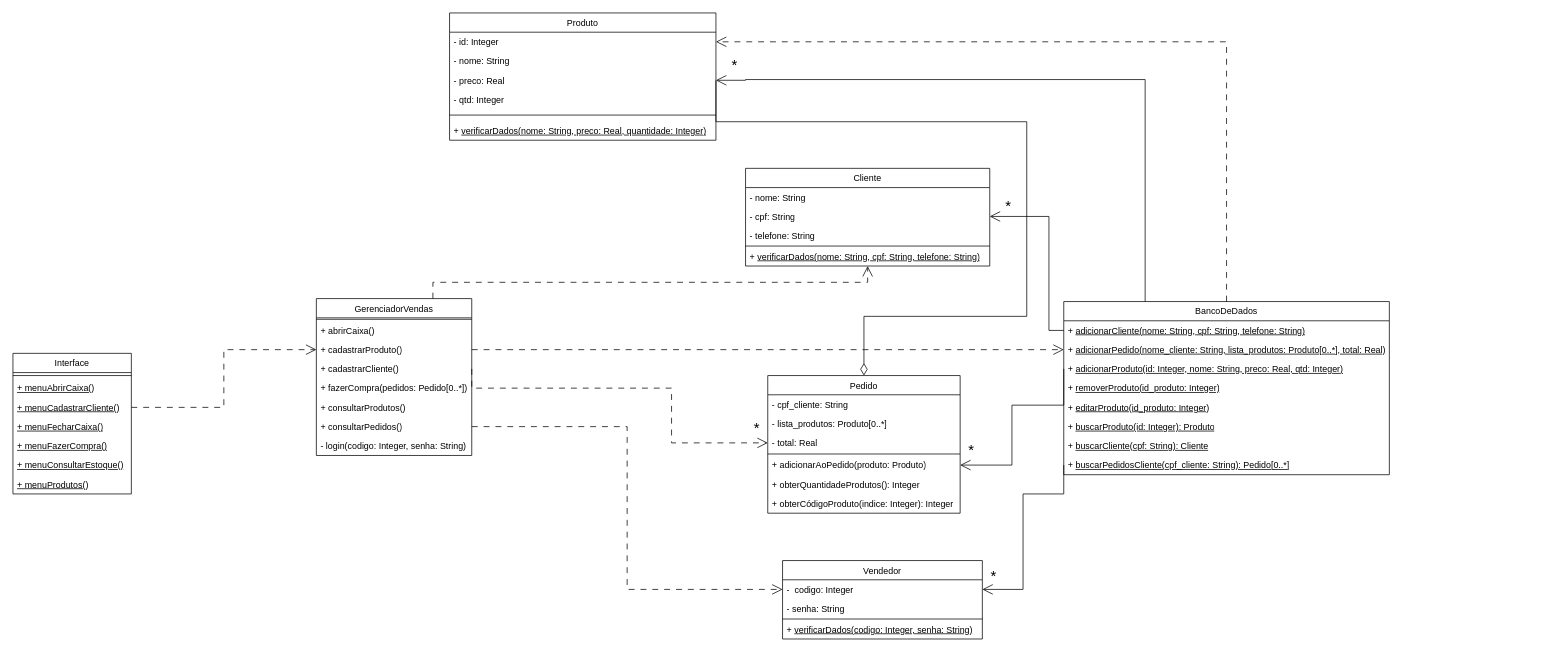
This is CASOS_DE_USO/diagrama_de_classes.drawio from guifrazao/PROJETO_ESW1, a draw.io file, before an edit. Source tidied: cells renumbered, new cells numbered last; positions are measured from the earlier drawing's top-left corner, leaving out a move shared by most shapes. Both pictures are drawn from the tidied source at 74%, with x=0, y=0 at pixel (13, 13).
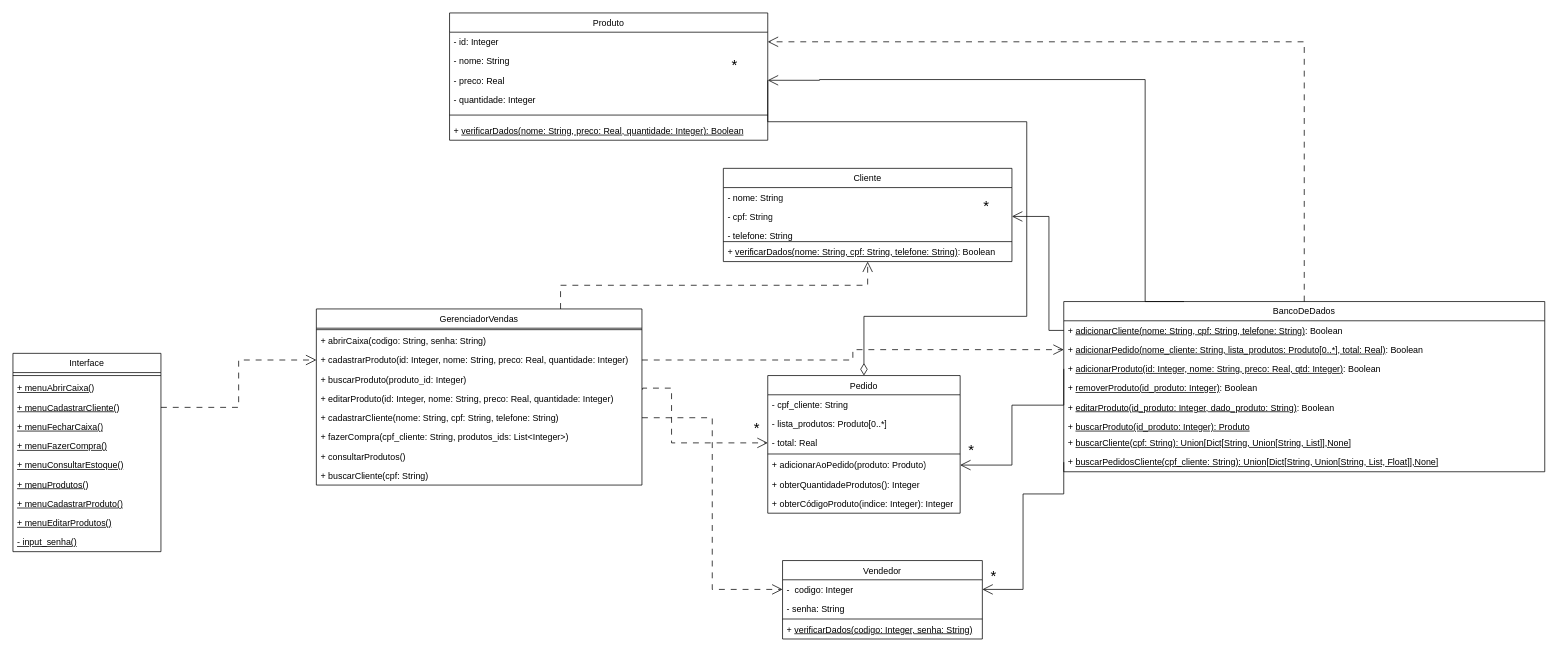
The same diagram, later.

The change refers to these unchanged cells:
```xml
<mxCell id="30" value="- total: Real" style="text;strokeColor=none;fillColor=none;align=left;verticalAlign=top;spacingLeft=4;spacingRight=4;overflow=hidden;points=[[0,0.5],[1,0.5]];portConstraint=eastwest;whiteSpace=wrap;html=1;" parent="27" vertex="1">
  <mxGeometry y="78" width="260" height="26" as="geometry" />
</mxCell>
```

What changed in the source:
```diff
@@
     <mxCell id="2" value="&lt;span style=&quot;font-weight: normal;&quot;&gt;Produto&lt;/span&gt;" style="swimlane;fontStyle=1;align=center;verticalAlign=top;horizontal=1;startSize=26;whiteSpace=wrap;html=1;" parent="1" vertex="1">
-      <mxGeometry x="590" width="360" height="172" as="geometry" />
+      <mxGeometry x="590" width="430" height="172" as="geometry" />
     </mxCell>
     <mxCell id="3" value="- id: Integer" style="text;strokeColor=none;fillColor=none;align=left;verticalAlign=top;spacingLeft=4;spacingRight=4;overflow=hidden;points=[[0,0.5],[1,0.5]];portConstraint=eastwest;whiteSpace=wrap;html=1;" parent="2" vertex="1">
-      <mxGeometry y="26" width="360" height="26" as="geometry" />
+      <mxGeometry y="26" width="430" height="26" as="geometry" />
     </mxCell>
     <mxCell id="4" value="- nome: String" style="text;strokeColor=none;fillColor=none;align=left;verticalAlign=top;spacingLeft=4;spacingRight=4;overflow=hidden;whiteSpace=wrap;html=1;" parent="2" vertex="1">
-      <mxGeometry y="52" width="360" height="26" as="geometry" />
+      <mxGeometry y="52" width="430" height="26" as="geometry" />
     </mxCell>
     <mxCell id="5" value="- preco: Real" style="text;strokeColor=none;fillColor=none;align=left;verticalAlign=top;spacingLeft=4;spacingRight=4;overflow=hidden;points=[[0,0.5],[1,0.5]];portConstraint=eastwest;whiteSpace=wrap;html=1;" parent="2" vertex="1">
-      <mxGeometry y="78" width="360" height="26" as="geometry" />
+      <mxGeometry y="78" width="430" height="26" as="geometry" />
     </mxCell>
-    <mxCell id="6" value="- qtd: Integer" style="text;strokeColor=none;fillColor=none;align=left;verticalAlign=top;spacingLeft=4;spacingRight=4;overflow=hidden;whiteSpace=wrap;html=1;" parent="2" vertex="1">
-      <mxGeometry y="104" width="360" height="26" as="geometry" />
+    <mxCell id="6" value="- quantidade: Integer" style="text;strokeColor=none;fillColor=none;align=left;verticalAlign=top;spacingLeft=4;spacingRight=4;overflow=hidden;whiteSpace=wrap;html=1;" parent="2" vertex="1">
+      <mxGeometry y="104" width="430" height="26" as="geometry" />
     </mxCell>
     <mxCell id="7" style="line;strokeWidth=1;fillColor=none;align=left;verticalAlign=middle;spacingTop=-1;spacingLeft=3;spacingRight=3;labelPosition=right;strokeColor=inherit;" parent="2" vertex="1">
-      <mxGeometry y="130" width="360" height="16" as="geometry" />
+      <mxGeometry y="130" width="430" height="16" as="geometry" />
     </mxCell>
-    <mxCell id="8" value="+ &lt;u&gt;verificarDados(nome: String, preco: Real, quantidade: Integer)&lt;/u&gt;" style="text;strokeColor=none;fillColor=none;align=left;verticalAlign=top;spacingLeft=4;spacingRight=4;overflow=hidden;whiteSpace=wrap;html=1;" parent="2" vertex="1">
-      <mxGeometry y="146" width="360" height="26" as="geometry" />
+    <mxCell id="8" value="+ &lt;u&gt;verificarDados(nome: String, preco: Real, quantidade: Integer): Boolean&lt;br&gt;&lt;/u&gt;" style="text;strokeColor=none;fillColor=none;align=left;verticalAlign=top;spacingLeft=4;spacingRight=4;overflow=hidden;whiteSpace=wrap;html=1;" parent="2" vertex="1">
+      <mxGeometry y="146" width="430" height="26" as="geometry" />
     </mxCell>
     <mxCell id="9" value="BancoDeDados" style="swimlane;fontStyle=0;horizontal=1;startSize=26;fillColor=none;whiteSpace=wrap;html=1;" parent="1" vertex="1">
-      <mxGeometry x="1420" y="390" width="440" height="234" as="geometry" />
+      <mxGeometry x="1420" y="390" width="650" height="230" as="geometry" />
     </mxCell>
-    <mxCell id="10" value="+ &lt;u&gt;adicionarCliente(nome: String, cpf: String, telefone: String)&lt;/u&gt;" style="text;strokeColor=none;fillColor=none;align=left;verticalAlign=top;spacingLeft=4;spacingRight=4;overflow=hidden;points=[[0,0.5],[1,0.5]];portConstraint=eastwest;whiteSpace=wrap;html=1;" parent="9" vertex="1">
-      <mxGeometry y="26" width="440" height="26" as="geometry" />
+    <mxCell id="10" value="+ &lt;u&gt;adicionarCliente(nome: String, cpf: String, telefone: String)&lt;/u&gt;: Boolean" style="text;strokeColor=none;fillColor=none;align=left;verticalAlign=top;spacingLeft=4;spacingRight=4;overflow=hidden;points=[[0,0.5],[1,0.5]];portConstraint=eastwest;whiteSpace=wrap;html=1;" parent="9" vertex="1">
+      <mxGeometry y="26" width="650" height="26" as="geometry" />
     </mxCell>
-    <mxCell id="11" value="+ &lt;u&gt;adicionarPedido(nome_cliente: String, lista_produtos: Produto[0..*], total: Real)&lt;/u&gt;" style="text;strokeColor=none;fillColor=none;align=left;verticalAlign=top;spacingLeft=4;spacingRight=4;overflow=hidden;points=[[0,0.5],[1,0.5]];portConstraint=eastwest;whiteSpace=wrap;html=1;" parent="9" vertex="1">
-      <mxGeometry y="52" width="440" height="26" as="geometry" />
+    <mxCell id="11" value="+ &lt;u&gt;adicionarPedido(nome_cliente: String, lista_produtos: Produto[0..*], total: Real)&lt;/u&gt;: Boolean" style="text;strokeColor=none;fillColor=none;align=left;verticalAlign=top;spacingLeft=4;spacingRight=4;overflow=hidden;points=[[0,0.5],[1,0.5]];portConstraint=eastwest;whiteSpace=wrap;html=1;" parent="9" vertex="1">
+      <mxGeometry y="52" width="650" height="26" as="geometry" />
     </mxCell>
-    <mxCell id="12" value="+ &lt;u&gt;adicionarProduto(id: Integer, nome: String, preco: Real, qtd: Integer)&lt;/u&gt;" style="text;strokeColor=none;fillColor=none;align=left;verticalAlign=top;spacingLeft=4;spacingRight=4;overflow=hidden;points=[[0,0.5],[1,0.5]];portConstraint=eastwest;whiteSpace=wrap;html=1;" parent="9" vertex="1">
-      <mxGeometry y="78" width="440" height="26" as="geometry" />
+    <mxCell id="12" value="+ &lt;u&gt;adicionarProduto(id: Integer, nome: String, preco: Real, qtd: Integer)&lt;/u&gt;: Boolean" style="text;strokeColor=none;fillColor=none;align=left;verticalAlign=top;spacingLeft=4;spacingRight=4;overflow=hidden;points=[[0,0.5],[1,0.5]];portConstraint=eastwest;whiteSpace=wrap;html=1;" parent="9" vertex="1">
+      <mxGeometry y="78" width="650" height="26" as="geometry" />
     </mxCell>
-    <mxCell id="13" value="+ &lt;u&gt;removerProduto(id_produto: Integer)&lt;/u&gt;" style="text;strokeColor=none;fillColor=none;align=left;verticalAlign=top;spacingLeft=4;spacingRight=4;overflow=hidden;whiteSpace=wrap;html=1;" parent="9" vertex="1">
-      <mxGeometry y="104" width="440" height="26" as="geometry" />
+    <mxCell id="13" value="+ &lt;u&gt;removerProduto(id_produto: Integer)&lt;/u&gt;: Boolean" style="text;strokeColor=none;fillColor=none;align=left;verticalAlign=top;spacingLeft=4;spacingRight=4;overflow=hidden;whiteSpace=wrap;html=1;" parent="9" vertex="1">
+      <mxGeometry y="104" width="650" height="26" as="geometry" />
     </mxCell>
-    <mxCell id="14" value="+ &lt;u&gt;editarProduto(id_produto: Integer)&lt;/u&gt;" style="text;strokeColor=none;fillColor=none;align=left;verticalAlign=top;spacingLeft=4;spacingRight=4;overflow=hidden;whiteSpace=wrap;html=1;" parent="9" vertex="1">
-      <mxGeometry y="130" width="440" height="26" as="geometry" />
+    <mxCell id="14" value="+ &lt;u&gt;editarProduto(id_produto: Integer, dado_produto: String)&lt;/u&gt;: Boolean" style="text;strokeColor=none;fillColor=none;align=left;verticalAlign=top;spacingLeft=4;spacingRight=4;overflow=hidden;whiteSpace=wrap;html=1;" parent="9" vertex="1">
+      <mxGeometry y="130" width="650" height="26" as="geometry" />
     </mxCell>
-    <mxCell id="15" value="+ &lt;u&gt;buscarProduto(id: Integer): Produto&lt;/u&gt;" style="text;strokeColor=none;fillColor=none;align=left;verticalAlign=top;spacingLeft=4;spacingRight=4;overflow=hidden;whiteSpace=wrap;html=1;" parent="9" vertex="1">
-      <mxGeometry y="156" width="440" height="26" as="geometry" />
+    <mxCell id="15" value="+ &lt;u&gt;buscarProduto(id_produto: Integer): Produto&lt;/u&gt;" style="text;strokeColor=none;fillColor=none;align=left;verticalAlign=top;spacingLeft=4;spacingRight=4;overflow=hidden;whiteSpace=wrap;html=1;" parent="9" vertex="1">
+      <mxGeometry y="156" width="650" height="22" as="geometry" />
     </mxCell>
-    <mxCell id="16" value="+ &lt;u&gt;buscarCliente(cpf: String): Cliente&lt;/u&gt;" style="text;strokeColor=none;fillColor=none;align=left;verticalAlign=top;spacingLeft=4;spacingRight=4;overflow=hidden;whiteSpace=wrap;html=1;" parent="9" vertex="1">
-      <mxGeometry y="182" width="440" height="26" as="geometry" />
+    <mxCell id="16" value="+ &lt;u&gt;buscarCliente(cpf: String): Union[Dict[String, Union[String, List]],None]&lt;/u&gt;" style="text;strokeColor=none;fillColor=none;align=left;verticalAlign=top;spacingLeft=4;spacingRight=4;overflow=hidden;whiteSpace=wrap;html=1;" parent="9" vertex="1">
+      <mxGeometry y="178" width="650" height="26" as="geometry" />
     </mxCell>
-    <mxCell id="17" value="+ &lt;u&gt;buscarPedidosCliente(cpf_cliente: String): Pedido[0..*]&lt;/u&gt;" style="text;strokeColor=none;fillColor=none;align=left;verticalAlign=top;spacingLeft=4;spacingRight=4;overflow=hidden;points=[[0,0.5],[1,0.5]];portConstraint=eastwest;whiteSpace=wrap;html=1;" parent="9" vertex="1">
-      <mxGeometry y="208" width="440" height="26" as="geometry" />
+    <mxCell id="17" value="+ &lt;u&gt;buscarPedidosCliente(cpf_cliente: String): &lt;/u&gt;&lt;u&gt;Union[Dict[String, Union[String, List, Float]],None]&lt;/u&gt;" style="text;strokeColor=none;fillColor=none;align=left;verticalAlign=top;spacingLeft=4;spacingRight=4;overflow=hidden;points=[[0,0.5],[1,0.5]];portConstraint=eastwest;whiteSpace=wrap;html=1;" parent="9" vertex="1">
+      <mxGeometry y="204" width="650" height="26" as="geometry" />
     </mxCell>
     <mxCell id="18" value="&lt;span style=&quot;font-weight: normal;&quot;&gt;GerenciadorVendas&lt;/span&gt;" style="swimlane;fontStyle=1;align=center;verticalAlign=top;horizontal=1;startSize=26;whiteSpace=wrap;html=1;" parent="1" vertex="1">
-      <mxGeometry x="410" y="386" width="210" height="212" as="geometry" />
+      <mxGeometry x="410" y="400" width="440" height="238" as="geometry" />
     </mxCell>
     <mxCell id="19" style="line;strokeWidth=1;fillColor=none;align=left;verticalAlign=middle;spacingTop=-1;spacingLeft=3;spacingRight=3;labelPosition=right;strokeColor=inherit;" parent="18" vertex="1">
-      <mxGeometry y="26" width="210" height="4" as="geometry" />
+      <mxGeometry y="26" width="440" height="4" as="geometry" />
     </mxCell>
-    <mxCell id="20" value="+ abrirCaixa()" style="text;strokeColor=none;fillColor=none;align=left;verticalAlign=top;spacingLeft=4;spacingRight=4;overflow=hidden;whiteSpace=wrap;html=1;" parent="18" vertex="1">
-      <mxGeometry y="30" width="210" height="26" as="geometry" />
+    <mxCell id="20" value="+ abrirCaixa(codigo: String, senha: String)" style="text;strokeColor=none;fillColor=none;align=left;verticalAlign=top;spacingLeft=4;spacingRight=4;overflow=hidden;whiteSpace=wrap;html=1;" parent="18" vertex="1">
+      <mxGeometry y="30" width="440" height="26" as="geometry" />
     </mxCell>
-    <mxCell id="21" value="+ cadastrarProduto()" style="text;strokeColor=none;fillColor=none;align=left;verticalAlign=top;spacingLeft=4;spacingRight=4;overflow=hidden;points=[[0,0.5],[1,0.5]];portConstraint=eastwest;whiteSpace=wrap;html=1;" parent="18" vertex="1">
-      <mxGeometry y="56" width="210" height="26" as="geometry" />
+    <mxCell id="21" value="+ cadastrarProduto(id: Integer, nome: String, preco: Real, quantidade: Integer)" style="text;strokeColor=none;fillColor=none;align=left;verticalAlign=top;spacingLeft=4;spacingRight=4;overflow=hidden;points=[[0,0.5],[1,0.5]];portConstraint=eastwest;whiteSpace=wrap;html=1;" parent="18" vertex="1">
+      <mxGeometry y="56" width="440" height="26" as="geometry" />
     </mxCell>
-    <mxCell id="22" value="+ cadastrarCliente()" style="text;strokeColor=none;fillColor=none;align=left;verticalAlign=top;spacingLeft=4;spacingRight=4;overflow=hidden;points=[[0,0.5],[1,0.5]];portConstraint=eastwest;whiteSpace=wrap;html=1;" parent="18" vertex="1">
-      <mxGeometry y="82" width="210" height="26" as="geometry" />
-    </mxCell>
+    <mxCell id="70" value="+ buscarProduto(produto_id: Integer)" style="text;strokeColor=none;fillColor=none;align=left;verticalAlign=top;spacingLeft=4;spacingRight=4;overflow=hidden;whiteSpace=wrap;html=1;" parent="18" vertex="1">
+      <mxGeometry y="82" width="440" height="26" as="geometry" />
+    </mxCell>
+    <mxCell id="71" value="+ editarProduto(id: Integer, nome: String, preco: Real, quantidade: Integer)" style="text;strokeColor=none;fillColor=none;align=left;verticalAlign=top;spacingLeft=4;spacingRight=4;overflow=hidden;points=[[0,0.5],[1,0.5]];portConstraint=eastwest;whiteSpace=wrap;html=1;" parent="18" vertex="1">
+      <mxGeometry y="108" width="440" height="26" as="geometry" />
+    </mxCell>
+    <mxCell id="25" value="+ cadastrarCliente(nome: String, cpf: String, telefone: String)" style="text;strokeColor=none;fillColor=none;align=left;verticalAlign=top;spacingLeft=4;spacingRight=4;overflow=hidden;points=[[0,0.5],[1,0.5]];portConstraint=eastwest;whiteSpace=wrap;html=1;" parent="18" vertex="1">
+      <mxGeometry y="134" width="440" height="26" as="geometry" />
+    </mxCell>
-    <mxCell id="23" value="+ fazerCompra(pedidos: Pedido[0..*])" style="text;strokeColor=none;fillColor=none;align=left;verticalAlign=top;spacingLeft=4;spacingRight=4;overflow=hidden;whiteSpace=wrap;html=1;" parent="18" vertex="1">
-      <mxGeometry y="108" width="210" height="26" as="geometry" />
+    <mxCell id="23" value="+ fazerCompra(cpf_cliente: String, produtos_ids: List&amp;lt;Integer&amp;gt;)" style="text;strokeColor=none;fillColor=none;align=left;verticalAlign=top;spacingLeft=4;spacingRight=4;overflow=hidden;whiteSpace=wrap;html=1;" parent="18" vertex="1">
+      <mxGeometry y="160" width="440" height="26" as="geometry" />
     </mxCell>
     <mxCell id="24" value="+ consultarProdutos()" style="text;strokeColor=none;fillColor=none;align=left;verticalAlign=top;spacingLeft=4;spacingRight=4;overflow=hidden;whiteSpace=wrap;html=1;" parent="18" vertex="1">
-      <mxGeometry y="134" width="210" height="26" as="geometry" />
+      <mxGeometry y="186" width="440" height="26" as="geometry" />
     </mxCell>
-    <mxCell id="25" value="+ consultarPedidos()" style="text;strokeColor=none;fillColor=none;align=left;verticalAlign=top;spacingLeft=4;spacingRight=4;overflow=hidden;points=[[0,0.5],[1,0.5]];portConstraint=eastwest;whiteSpace=wrap;html=1;" parent="18" vertex="1">
-      <mxGeometry y="160" width="210" height="26" as="geometry" />
-    </mxCell>
-    <mxCell id="26" value="- login(codigo: Integer, senha: String)" style="text;strokeColor=none;fillColor=none;align=left;verticalAlign=top;spacingLeft=4;spacingRight=4;overflow=hidden;whiteSpace=wrap;html=1;" parent="18" vertex="1">
-      <mxGeometry y="186" width="210" height="26" as="geometry" />
-    </mxCell>
+    <mxCell id="72" value="&lt;div&gt;+ buscarCliente(cpf: String)&lt;/div&gt;&lt;div&gt;&lt;br&gt;&lt;/div&gt;" style="text;strokeColor=none;fillColor=none;align=left;verticalAlign=top;spacingLeft=4;spacingRight=4;overflow=hidden;whiteSpace=wrap;html=1;" parent="18" vertex="1">
+      <mxGeometry y="212" width="440" height="26" as="geometry" />
+    </mxCell>
@@
     <mxCell id="41" value="&lt;span style=&quot;font-weight: normal;&quot;&gt;Interface&lt;/span&gt;" style="swimlane;fontStyle=1;align=center;verticalAlign=top;horizontal=1;startSize=26;whiteSpace=wrap;html=1;" parent="1" vertex="1">
-      <mxGeometry y="460" width="160" height="190" as="geometry" />
+      <mxGeometry y="460" width="200" height="268" as="geometry" />
     </mxCell>
     <mxCell id="42" style="line;strokeWidth=1;fillColor=none;align=left;verticalAlign=middle;spacingTop=-1;spacingLeft=3;spacingRight=3;labelPosition=right;strokeColor=inherit;" parent="41" vertex="1">
-      <mxGeometry y="26" width="160" height="8" as="geometry" />
+      <mxGeometry y="26" width="200" height="8" as="geometry" />
     </mxCell>
     <mxCell id="43" value="&lt;u&gt;+ menuAbrirCaixa()&lt;/u&gt;" style="text;strokeColor=none;fillColor=none;align=left;verticalAlign=top;spacingLeft=4;spacingRight=4;overflow=hidden;whiteSpace=wrap;html=1;" parent="41" vertex="1">
-      <mxGeometry y="34" width="160" height="26" as="geometry" />
+      <mxGeometry y="34" width="200" height="26" as="geometry" />
     </mxCell>
     <mxCell id="44" value="&lt;u&gt;+ menuCadastrarCliente()&lt;/u&gt;" style="text;strokeColor=none;fillColor=none;align=left;verticalAlign=top;spacingLeft=4;spacingRight=4;overflow=hidden;points=[[0,0.5],[1,0.5]];portConstraint=eastwest;whiteSpace=wrap;html=1;" parent="41" vertex="1">
-      <mxGeometry y="60" width="160" height="26" as="geometry" />
+      <mxGeometry y="60" width="200" height="26" as="geometry" />
     </mxCell>
     <mxCell id="45" value="&lt;u&gt;+ menuFecharCaixa()&lt;/u&gt;" style="text;strokeColor=none;fillColor=none;align=left;verticalAlign=top;spacingLeft=4;spacingRight=4;overflow=hidden;whiteSpace=wrap;html=1;" parent="41" vertex="1">
-      <mxGeometry y="86" width="160" height="26" as="geometry" />
+      <mxGeometry y="86" width="200" height="26" as="geometry" />
     </mxCell>
     <mxCell id="46" value="&lt;u&gt;+ menuFazerCompra()&lt;/u&gt;" style="text;strokeColor=none;fillColor=none;align=left;verticalAlign=top;spacingLeft=4;spacingRight=4;overflow=hidden;whiteSpace=wrap;html=1;" parent="41" vertex="1">
-      <mxGeometry y="112" width="160" height="26" as="geometry" />
+      <mxGeometry y="112" width="200" height="26" as="geometry" />
     </mxCell>
     <mxCell id="47" value="&lt;u&gt;+ menuConsultarEstoque()&lt;/u&gt;" style="text;strokeColor=none;fillColor=none;align=left;verticalAlign=top;spacingLeft=4;spacingRight=4;overflow=hidden;whiteSpace=wrap;html=1;" parent="41" vertex="1">
-      <mxGeometry y="138" width="160" height="26" as="geometry" />
+      <mxGeometry y="138" width="200" height="26" as="geometry" />
     </mxCell>
     <mxCell id="48" value="&lt;u&gt;+ menuProdutos()&lt;/u&gt;" style="text;strokeColor=none;fillColor=none;align=left;verticalAlign=top;spacingLeft=4;spacingRight=4;overflow=hidden;whiteSpace=wrap;html=1;" parent="41" vertex="1">
-      <mxGeometry y="164" width="160" height="26" as="geometry" />
+      <mxGeometry y="164" width="200" height="26" as="geometry" />
     </mxCell>
+    <mxCell id="73" value="&lt;u&gt;+ menuCadastrarProduto()&lt;/u&gt;" style="text;strokeColor=none;fillColor=none;align=left;verticalAlign=top;spacingLeft=4;spacingRight=4;overflow=hidden;whiteSpace=wrap;html=1;" parent="41" vertex="1">
+      <mxGeometry y="190" width="200" height="26" as="geometry" />
+    </mxCell>
+    <mxCell id="74" value="&lt;u&gt;+ menuEditarProdutos()&lt;/u&gt;" style="text;strokeColor=none;fillColor=none;align=left;verticalAlign=top;spacingLeft=4;spacingRight=4;overflow=hidden;whiteSpace=wrap;html=1;" parent="41" vertex="1">
+      <mxGeometry y="216" width="200" height="26" as="geometry" />
+    </mxCell>
+    <mxCell id="75" value="&lt;div&gt;&lt;u&gt;- input_senha()&lt;/u&gt;&lt;/div&gt;&lt;div&gt;&lt;u&gt;&lt;br&gt;&lt;/u&gt;&lt;/div&gt;" style="text;strokeColor=none;fillColor=none;align=left;verticalAlign=top;spacingLeft=4;spacingRight=4;overflow=hidden;whiteSpace=wrap;html=1;" parent="41" vertex="1">
+      <mxGeometry y="242" width="200" height="26" as="geometry" />
+    </mxCell>
     <mxCell id="49" value="&lt;span style=&quot;font-weight: normal;&quot;&gt;Cliente&lt;/span&gt;" style="swimlane;fontStyle=1;align=center;verticalAlign=top;horizontal=1;startSize=26;whiteSpace=wrap;html=1;" parent="1" vertex="1">
-      <mxGeometry x="990" y="210" width="330" height="132" as="geometry" />
+      <mxGeometry x="960" y="210" width="390" height="126" as="geometry" />
     </mxCell>
     <mxCell id="50" value="- nome: String" style="text;strokeColor=none;fillColor=none;align=left;verticalAlign=top;spacingLeft=4;spacingRight=4;overflow=hidden;whiteSpace=wrap;html=1;" parent="49" vertex="1">
-      <mxGeometry y="26" width="330" height="26" as="geometry" />
+      <mxGeometry y="26" width="390" height="26" as="geometry" />
     </mxCell>
     <mxCell id="51" value="- cpf: String" style="text;strokeColor=none;fillColor=none;align=left;verticalAlign=top;spacingLeft=4;spacingRight=4;overflow=hidden;points=[[0,0.5],[1,0.5]];portConstraint=eastwest;whiteSpace=wrap;html=1;" parent="49" vertex="1">
-      <mxGeometry y="52" width="330" height="26" as="geometry" />
+      <mxGeometry y="52" width="390" height="26" as="geometry" />
     </mxCell>
     <mxCell id="52" value="- telefone: String" style="text;strokeColor=none;fillColor=none;align=left;verticalAlign=top;spacingLeft=4;spacingRight=4;overflow=hidden;whiteSpace=wrap;html=1;" parent="49" vertex="1">
-      <mxGeometry y="78" width="330" height="26" as="geometry" />
+      <mxGeometry y="78" width="390" height="20" as="geometry" />
     </mxCell>
     <mxCell id="53" style="line;strokeWidth=1;fillColor=none;align=left;verticalAlign=middle;spacingTop=-1;spacingLeft=3;spacingRight=3;labelPosition=right;strokeColor=inherit;" parent="49" vertex="1">
-      <mxGeometry y="104" width="330" height="2" as="geometry" />
+      <mxGeometry y="98" width="390" height="2" as="geometry" />
     </mxCell>
-    <mxCell id="54" value="+ &lt;u&gt;verificarDados(nome: String, cpf: String, telefone: String)&lt;/u&gt;" style="text;strokeColor=none;fillColor=none;align=left;verticalAlign=top;spacingLeft=4;spacingRight=4;overflow=hidden;whiteSpace=wrap;html=1;" parent="49" vertex="1">
-      <mxGeometry y="106" width="330" height="26" as="geometry" />
+    <mxCell id="54" value="+ &lt;u&gt;verificarDados(nome: String, cpf: String, telefone: String)&lt;/u&gt;: Boolean" style="text;strokeColor=none;fillColor=none;align=left;verticalAlign=top;spacingLeft=4;spacingRight=4;overflow=hidden;whiteSpace=wrap;html=1;" parent="49" vertex="1">
+      <mxGeometry y="100" width="390" height="26" as="geometry" />
     </mxCell>
@@
-    <mxCell id="57" style="endArrow=open;endFill=1;endSize=12;html=1;rounded=0;edgeStyle=orthogonalEdgeStyle;exitX=1;exitY=0.5;exitDx=0;exitDy=0;entryX=0;entryY=0.5;entryDx=0;entryDy=0;dashed=1;dashPattern=8 8;" parent="1" edge="1" source="22" target="30">
+    <mxCell id="57" style="endArrow=open;endFill=1;endSize=12;html=1;rounded=0;edgeStyle=orthogonalEdgeStyle;entryX=0;entryY=0.5;entryDx=0;entryDy=0;dashed=1;dashPattern=8 8;exitX=1.002;exitY=0.038;exitDx=0;exitDy=0;exitPerimeter=0;" parent="1" edge="1" source="71" target="30">
       <mxGeometry relative="1" as="geometry">
         <Array as="points">
+          <mxPoint x="851" y="507" />
           <mxPoint x="890" y="507" />
           <mxPoint x="890" y="581" />
         </Array>
       </mxGeometry>
     </mxCell>
@@
     <mxCell id="67" value="&lt;font style=&quot;font-size: 20px;&quot;&gt;*&lt;/font&gt;" style="text;html=1;align=center;verticalAlign=middle;strokeColor=none;fillColor=none;" parent="1" vertex="1">
-      <mxGeometry x="1330" y="240" width="30" height="40" as="geometry" />
+      <mxGeometry x="1300" y="240" width="30" height="40" as="geometry" />
     </mxCell>
     <mxCell id="68" style="endArrow=open;endFill=1;endSize=12;html=1;rounded=0;entryX=1;entryY=0.5;entryDx=0;entryDy=0;exitX=0.25;exitY=0;exitDx=0;exitDy=0;edgeStyle=orthogonalEdgeStyle;" parent="1" edge="1" source="9" target="5">
       <mxGeometry relative="1" as="geometry">
         <Array as="points">
           <mxPoint x="1530" y="90" />
-          <mxPoint x="990" y="90" />
+          <mxPoint x="1090" y="90" />
+          <mxPoint x="1090" y="91" />
         </Array>
       </mxGeometry>
     </mxCell>
```
